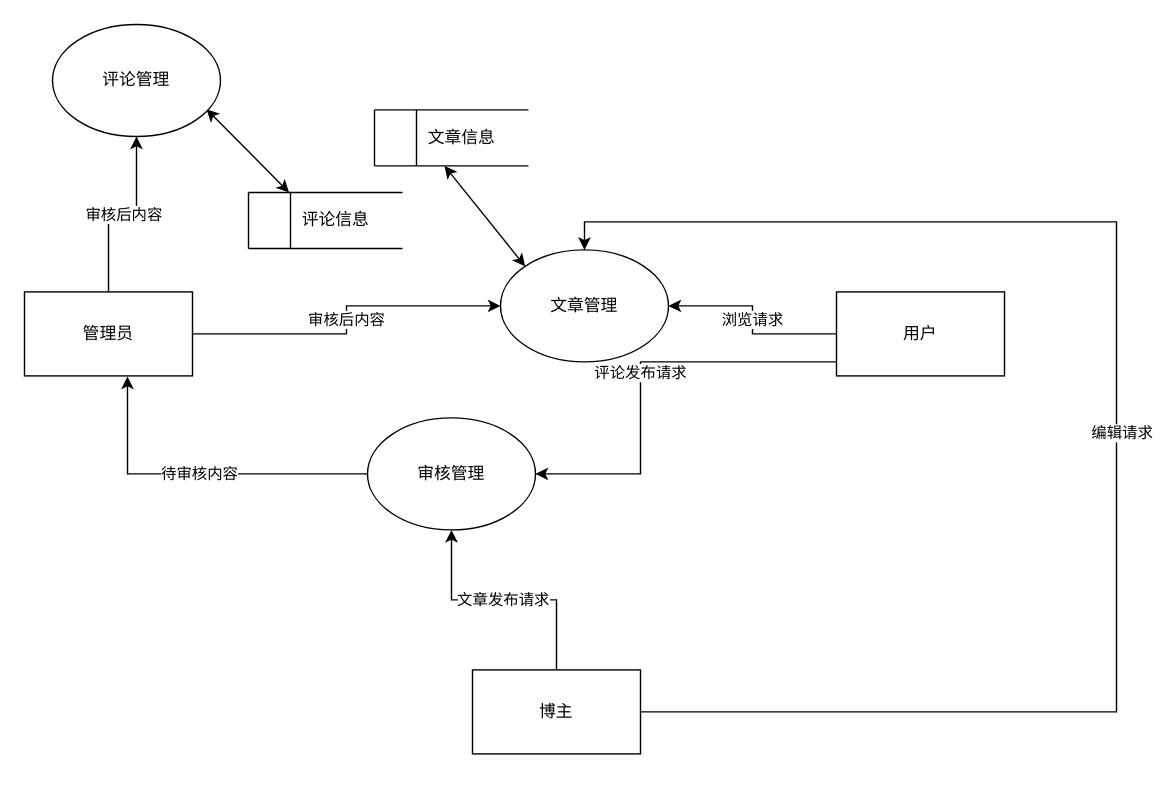
This is DFD/博客-1层.drawio from Silence2540/DB-learning, a draw.io file, before an edit. Source tidied: cells renumbered, new cells numbered last; positions are measured from the earlier drawing's top-left corner, leaving out a move shared by most shapes. Both pictures are drawn from the tidied source at 140%, with x=0, y=0 at pixel (24, 24).
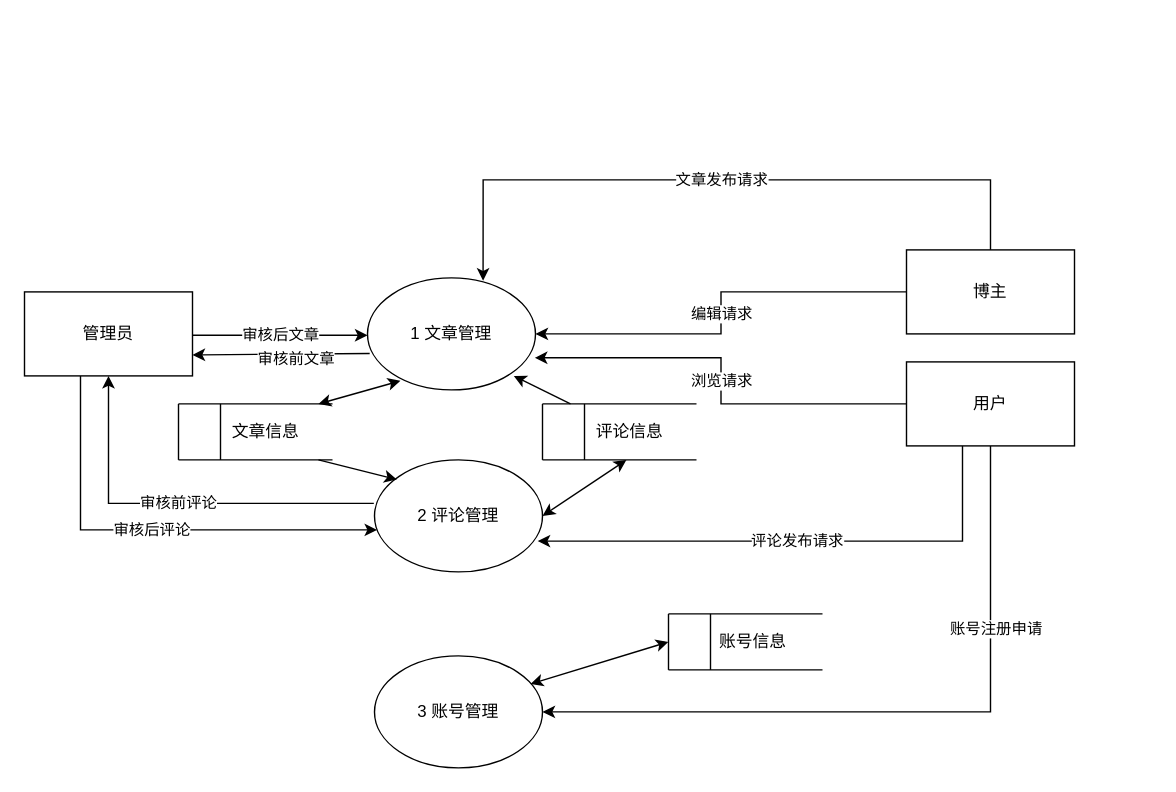
The same diagram, later.

The change refers to these unchanged cells:
```xml
<mxCell id="11" value="管理员" style="whiteSpace=wrap;html=1;" parent="1" vertex="1">
  <mxGeometry y="191" width="120" height="60" as="geometry" />
</mxCell>
```

Change to the diagram source:
```diff
@@
-    <mxCell id="2" value="浏览请求" style="edgeStyle=orthogonalEdgeStyle;rounded=0;jettySize=auto;html=1;" parent="1" edge="1" source="4" target="29">
+    <mxCell id="2" value="浏览请求" style="edgeStyle=orthogonalEdgeStyle;rounded=0;jettySize=auto;html=1;entryX=0.996;entryY=0.713;entryDx=0;entryDy=0;entryPerimeter=0;" parent="1" edge="1" source="4" target="29">
       <mxGeometry relative="1" as="geometry" />
     </mxCell>
-    <mxCell id="3" value="评论发布请求" style="edgeStyle=orthogonalEdgeStyle;rounded=0;jettySize=auto;html=1;entryX=1;entryY=0.5;entryDx=0;entryDy=0;" parent="1" edge="1" source="4" target="31">
+    <mxCell id="3" value="评论发布请求" style="edgeStyle=orthogonalEdgeStyle;rounded=0;jettySize=auto;html=1;entryX=0.971;entryY=0.725;entryDx=0;entryDy=0;entryPerimeter=0;" parent="1" edge="1" source="4" target="28">
       <mxGeometry relative="1" as="geometry">
         <Array as="points">
-          <mxPoint x="440" y="241" />
-          <mxPoint x="440" y="321" />
+          <mxPoint x="670" y="369" />
         </Array>
       </mxGeometry>
     </mxCell>
+    <mxCell id="32" style="edgeStyle=orthogonalEdgeStyle;rounded=0;jettySize=auto;html=1;entryX=1;entryY=0.5;entryDx=0;entryDy=0;startArrow=none;startFill=0;" parent="1" edge="1" source="4" target="37">
+      <mxGeometry relative="1" as="geometry">
+        <Array as="points">
+          <mxPoint x="690" y="491" />
+        </Array>
+      </mxGeometry>
+    </mxCell>
+    <mxCell id="33" value="账号注册申请" style="edgeLabel;html=1;align=center;verticalAlign=middle;" parent="32" vertex="1">
+      <mxGeometry x="-0.49" y="3" relative="1" as="geometry" />
+    </mxCell>
     <mxCell id="4" value="用户" style="whiteSpace=wrap;html=1;" parent="1" vertex="1">
-      <mxGeometry x="580" y="191" width="120" height="60" as="geometry" />
+      <mxGeometry x="630" y="241" width="120" height="60" as="geometry" />
     </mxCell>
+    <mxCell id="7" value="编辑请求" style="edgeStyle=orthogonalEdgeStyle;rounded=0;jettySize=auto;html=1;" parent="1" edge="1" source="8" target="29">
+      <mxGeometry relative="1" as="geometry" />
+    </mxCell>
-    <mxCell id="5" value="文章发布请求" style="edgeStyle=orthogonalEdgeStyle;rounded=0;jettySize=auto;html=1;entryX=0.5;entryY=1;entryDx=0;entryDy=0;" parent="1" edge="1" source="8" target="31">
-      <mxGeometry relative="1" as="geometry" />
+    <mxCell id="5" value="文章发布请求" style="edgeStyle=orthogonalEdgeStyle;rounded=0;jettySize=auto;html=1;entryX=0.688;entryY=0.025;entryDx=0;entryDy=0;entryPerimeter=0;startArrow=none;startFill=0;" parent="1" edge="1" source="8" target="29">
+      <mxGeometry relative="1" as="geometry">
+        <Array as="points">
+          <mxPoint x="690" y="111" />
+          <mxPoint x="328" y="111" />
+        </Array>
+      </mxGeometry>
     </mxCell>
-    <mxCell id="6" style="edgeStyle=orthogonalEdgeStyle;rounded=0;jettySize=auto;html=1;entryX=0.5;entryY=0;entryDx=0;entryDy=0;" parent="1" edge="1" source="8" target="29">
-      <mxGeometry relative="1" as="geometry">
-        <Array as="points">
-          <mxPoint x="780" y="491" />
-          <mxPoint x="780" y="141" />
-          <mxPoint x="400" y="141" />
-        </Array>
-      </mxGeometry>
-    </mxCell>
-    <mxCell id="7" value="编辑请求" style="edgeLabel;html=1;align=center;verticalAlign=middle;" parent="6" vertex="1">
-      <mxGeometry x="-0.01" y="-3" relative="1" as="geometry" />
-    </mxCell>
     <mxCell id="8" value="博主" style="whiteSpace=wrap;html=1;" parent="1" vertex="1">
-      <mxGeometry x="320" y="461" width="120" height="60" as="geometry" />
+      <mxGeometry x="630" y="161" width="120" height="60" as="geometry" />
     </mxCell>
-    <mxCell id="9" value="审核后内容" style="edgeStyle=orthogonalEdgeStyle;rounded=0;jettySize=auto;html=1;entryX=0;entryY=0.5;entryDx=0;entryDy=0;" parent="1" edge="1" source="11" target="29">
-      <mxGeometry relative="1" as="geometry" />
+    <mxCell id="9" value="审核后文章" style="edgeStyle=orthogonalEdgeStyle;rounded=0;orthogonalLoop=1;jettySize=auto;html=1;entryX=0;entryY=0.5;entryDx=0;entryDy=0;" parent="1" edge="1">
+      <mxGeometry relative="1" as="geometry">
+        <mxPoint x="120" y="222" as="sourcePoint" />
+        <mxPoint x="245" y="222" as="targetPoint" />
+      </mxGeometry>
     </mxCell>
-    <mxCell id="10" value="审核后内容" style="edgeStyle=orthogonalEdgeStyle;rounded=0;jettySize=auto;html=1;" parent="1" edge="1" source="11" target="28">
-      <mxGeometry relative="1" as="geometry" />
+    <mxCell id="10" value="审核后评论" style="edgeStyle=orthogonalEdgeStyle;rounded=0;jettySize=auto;html=1;startArrow=none;startFill=0;" parent="1" edge="1" source="11" target="28">
+      <mxGeometry relative="1" as="geometry">
+        <Array as="points">
+          <mxPoint x="40" y="361" />
+        </Array>
+      </mxGeometry>
     </mxCell>
@@
     <mxCell id="12" style="group;" parent="1" vertex="1">
-      <mxGeometry x="250" y="61" width="110" height="40" as="geometry" />
+      <mxGeometry x="110" y="271" width="110" height="40" as="geometry" />
     </mxCell>
@@
     <mxCell id="19" style="group;" parent="1" vertex="1">
-      <mxGeometry x="160" y="120" width="110" height="40" as="geometry" />
+      <mxGeometry x="370" y="271" width="110" height="40" as="geometry" />
     </mxCell>
@@
-    <mxCell id="26" style="endArrow=classic;startArrow=classic;html=1;exitX=0;exitY=0;exitDx=0;exitDy=0;" parent="1" edge="1" source="29">
+    <mxCell id="26" style="endArrow=classic;startArrow=classic;html=1;exitX=0.196;exitY=0.919;exitDx=0;exitDy=0;exitPerimeter=0;" parent="1" edge="1" source="29">
       <mxGeometry relative="1" as="geometry">
-        <mxPoint x="300" y="101" as="targetPoint" />
+        <mxPoint x="210" y="271" as="targetPoint" />
       </mxGeometry>
     </mxCell>
-    <mxCell id="27" style="endArrow=classic;startArrow=classic;html=1;exitX=0.992;exitY=0.781;exitDx=0;exitDy=0;exitPerimeter=0;" parent="1" edge="1">
+    <mxCell id="27" style="endArrow=classic;startArrow=classic;html=1;exitX=1;exitY=0.5;exitDx=0;exitDy=0;" parent="1" edge="1" source="28">
       <mxGeometry relative="1" as="geometry">
-        <mxPoint x="130" y="60.5" as="sourcePoint" />
-        <mxPoint x="189" y="120" as="targetPoint" />
+        <mxPoint x="430" y="311" as="targetPoint" />
       </mxGeometry>
     </mxCell>
-    <mxCell id="28" value="评论管理" style="ellipse;whiteSpace=wrap;html=1;" parent="1" vertex="1">
-      <mxGeometry x="20" width="120" height="80" as="geometry" />
+    <mxCell id="28" value="2 评论管理" style="ellipse;whiteSpace=wrap;html=1;" parent="1" vertex="1">
+      <mxGeometry x="250" y="311" width="120" height="80" as="geometry" />
     </mxCell>
-    <mxCell id="29" value="文章管理" style="ellipse;whiteSpace=wrap;html=1;" parent="1" vertex="1">
-      <mxGeometry x="340" y="161" width="120" height="80" as="geometry" />
+    <mxCell id="29" value="1 文章管理" style="ellipse;whiteSpace=wrap;html=1;" parent="1" vertex="1">
+      <mxGeometry x="245" y="181" width="120" height="80" as="geometry" />
     </mxCell>
-    <mxCell id="30" value="待审核内容" style="edgeStyle=orthogonalEdgeStyle;rounded=0;jettySize=auto;html=1;entryX=0.613;entryY=1.008;entryDx=0;entryDy=0;entryPerimeter=0;" parent="1" edge="1" source="31" target="11">
-      <mxGeometry relative="1" as="geometry" />
-    </mxCell>
-    <mxCell id="31" value="审核管理" style="ellipse;whiteSpace=wrap;html=1;" parent="1" vertex="1">
-      <mxGeometry x="245" y="281" width="120" height="80" as="geometry" />
-    </mxCell>
+    <mxCell id="34" value="审核前评论" style="endArrow=classic;html=1;exitX=-0.004;exitY=0.388;exitDx=0;exitDy=0;exitPerimeter=0;entryX=0.5;entryY=1;entryDx=0;entryDy=0;rounded=0;" parent="1" edge="1" source="28" target="11">
+      <mxGeometry relative="1" as="geometry">
+        <Array as="points">
+          <mxPoint x="60" y="342" />
+        </Array>
+      </mxGeometry>
+    </mxCell>
+    <mxCell id="35" style="endArrow=classic;html=1;entryX=1;entryY=0.75;entryDx=0;entryDy=0;exitX=0.013;exitY=0.675;exitDx=0;exitDy=0;exitPerimeter=0;" parent="1" edge="1" source="29" target="11">
+      <mxGeometry relative="1" as="geometry" />
+    </mxCell>
+    <mxCell id="36" value="审核前文章" style="edgeLabel;html=1;align=center;verticalAlign=middle;" parent="35" vertex="1">
+      <mxGeometry x="-0.17" y="3" relative="1" as="geometry" />
+    </mxCell>
+    <mxCell id="37" value="3 账号管理" style="ellipse;whiteSpace=wrap;html=1;" parent="1" vertex="1">
+      <mxGeometry x="250" y="451" width="120" height="80" as="geometry" />
+    </mxCell>
+    <mxCell id="38" style="group;" parent="1" vertex="1">
+      <mxGeometry x="460" y="421" width="110" height="40" as="geometry" />
+    </mxCell>
+    <mxCell id="39" style="endArrow=none;html=1;" parent="38" edge="1">
+      <mxGeometry relative="1" as="geometry">
+        <mxPoint x="110" as="sourcePoint" />
+        <mxPoint as="targetPoint" />
+      </mxGeometry>
+    </mxCell>
+    <mxCell id="40" style="endArrow=none;html=1;" parent="38" edge="1">
+      <mxGeometry relative="1" as="geometry">
+        <mxPoint x="110" y="40" as="sourcePoint" />
+        <mxPoint y="40" as="targetPoint" />
+      </mxGeometry>
+    </mxCell>
+    <mxCell id="41" style="endArrow=none;html=1;" parent="38" edge="1">
+      <mxGeometry relative="1" as="geometry">
+        <mxPoint y="40" as="sourcePoint" />
+        <mxPoint as="targetPoint" />
+      </mxGeometry>
+    </mxCell>
+    <mxCell id="42" style="endArrow=none;html=1;" parent="38" edge="1">
+      <mxGeometry relative="1" as="geometry">
+        <mxPoint x="30" y="40" as="sourcePoint" />
+        <mxPoint x="30" as="targetPoint" />
+      </mxGeometry>
+    </mxCell>
+    <mxCell id="43" value="账号信息" style="text;html=1;align=center;verticalAlign=middle;" parent="1" vertex="1">
+      <mxGeometry x="490" y="431" width="60" height="20" as="geometry" />
+    </mxCell>
+    <mxCell id="44" style="endArrow=classic;startArrow=classic;html=1;exitX=0.929;exitY=0.25;exitDx=0;exitDy=0;exitPerimeter=0;" parent="1" edge="1" source="37">
+      <mxGeometry relative="1" as="geometry">
+        <mxPoint x="460" y="441" as="targetPoint" />
+      </mxGeometry>
+    </mxCell>
+    <mxCell id="45" style="endArrow=classic;html=1;entryX=0.133;entryY=0.175;entryDx=0;entryDy=0;entryPerimeter=0;" parent="1" edge="1" target="28">
+      <mxGeometry relative="1" as="geometry">
+        <mxPoint x="210" y="311" as="sourcePoint" />
+      </mxGeometry>
+    </mxCell>
+    <mxCell id="46" style="endArrow=classic;html=1;entryX=0.871;entryY=0.875;entryDx=0;entryDy=0;entryPerimeter=0;" parent="1" edge="1" target="29">
+      <mxGeometry relative="1" as="geometry">
+        <mxPoint x="390" y="271" as="sourcePoint" />
+      </mxGeometry>
+    </mxCell>
```
